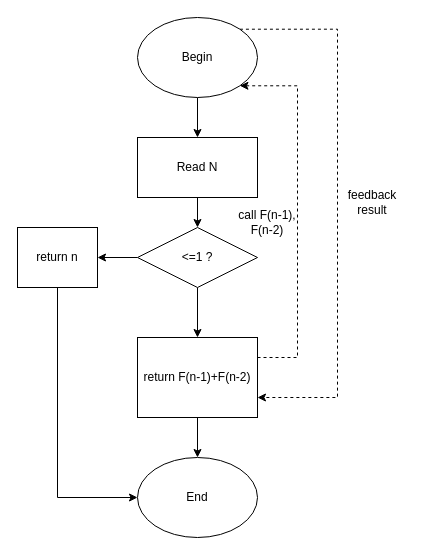
The draw.io diagram page "recursion" (1 of 2) of Fibonacci.drawio in 106210049/OOP_excercise, before the edit. Source tidied: cells renumbered, new cells numbered last; positions are measured from the earlier drawing's top-left corner, leaving out a move shared by most shapes. Both pictures are drawn from the tidied source at 100%, with x=0, y=0 at pixel (17, 17).
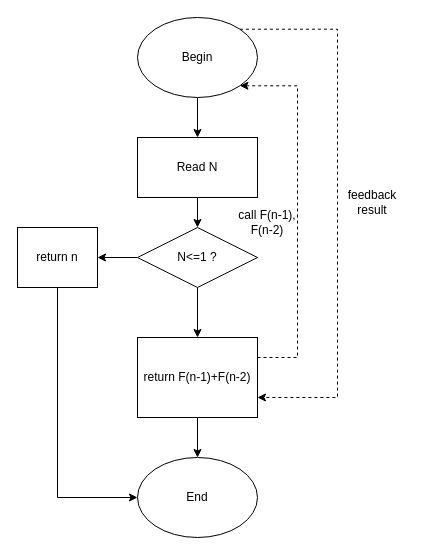
The same diagram, later.

What changed in the source:
```diff
@@
-    <mxCell id="9" value="&amp;lt;=1 ?" style="rhombus;whiteSpace=wrap;html=1;" parent="1" vertex="1">
+    <mxCell id="9" value="N&amp;lt;=1 ?" style="rhombus;whiteSpace=wrap;html=1;" parent="1" vertex="1">
       <mxGeometry x="120" y="210" width="120" height="60" as="geometry" />
     </mxCell>
```
